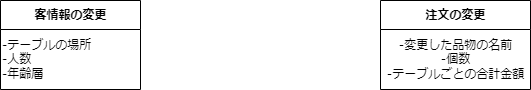
MasakiHiguchi/--- keeps this draw.io diagram as psp4/クラス図/クラス図_客・注文変更.drawio.png. Above is the earlier version. Source tidied: cells renumbered, new cells last; positions are measured from the earlier drawing's top-left corner, leaving out a move shared by most shapes. The source it was exported from:
```xml
<mxGraphModel>
  <root>
    <mxCell id="0" />
    <mxCell id="1" parent="0" />
    <mxCell id="2" value="客情報の変更" style="swimlane;fontStyle=1;align=center;verticalAlign=middle;horizontal=1;startSize=29;html=1;" parent="1" vertex="1">
      <mxGeometry width="140" height="89" as="geometry" />
    </mxCell>
    <mxCell id="3" value="‐テーブルの場所&lt;br&gt;‐人数&lt;br&gt;‐年齢層" style="text;html=1;align=left;verticalAlign=middle;strokeColor=none;fillColor=none;" parent="2" vertex="1">
      <mxGeometry y="29" width="140" height="60" as="geometry" />
    </mxCell>
    <mxCell id="4" value="注文の変更" style="swimlane;fontStyle=1;align=center;verticalAlign=middle;horizontal=1;startSize=29;html=1;" parent="1" vertex="1">
      <mxGeometry x="380" width="150" height="89" as="geometry" />
    </mxCell>
    <mxCell id="5" value="‐変更した品物の名前&lt;br&gt;‐個数&lt;br&gt;‐テーブルごとの合計金額" style="text;html=1;align=center;verticalAlign=middle;strokeColor=none;fillColor=none;" parent="4" vertex="1">
      <mxGeometry y="29" width="150" height="60" as="geometry" />
    </mxCell>
  </root>
</mxGraphModel>
```
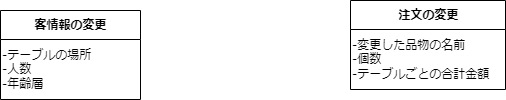
Above is the later version.

The edit, as a diff of the source:
```diff
@@ -9,10 +9,10 @@
       <mxGeometry y="29" width="140" height="60" as="geometry" />
     </mxCell>
     <mxCell id="4" value="注文の変更" style="swimlane;fontStyle=1;align=center;verticalAlign=middle;horizontal=1;startSize=29;html=1;" parent="1" vertex="1">
-      <mxGeometry x="380" width="150" height="89" as="geometry" />
+      <mxGeometry x="350" y="-10" width="155" height="89" as="geometry" />
     </mxCell>
-    <mxCell id="5" value="‐変更した品物の名前&lt;br&gt;‐個数&lt;br&gt;‐テーブルごとの合計金額" style="text;html=1;align=center;verticalAlign=middle;strokeColor=none;fillColor=none;" parent="4" vertex="1">
-      <mxGeometry y="29" width="150" height="60" as="geometry" />
+    <mxCell id="5" value="‐変更した品物の名前&lt;br&gt;‐個数&lt;br&gt;‐テーブルごとの合計金額" style="text;html=1;align=left;verticalAlign=middle;strokeColor=none;fillColor=none;" parent="4" vertex="1">
+      <mxGeometry y="29" width="155" height="60" as="geometry" />
     </mxCell>
   </root>
 </mxGraphModel>
```
